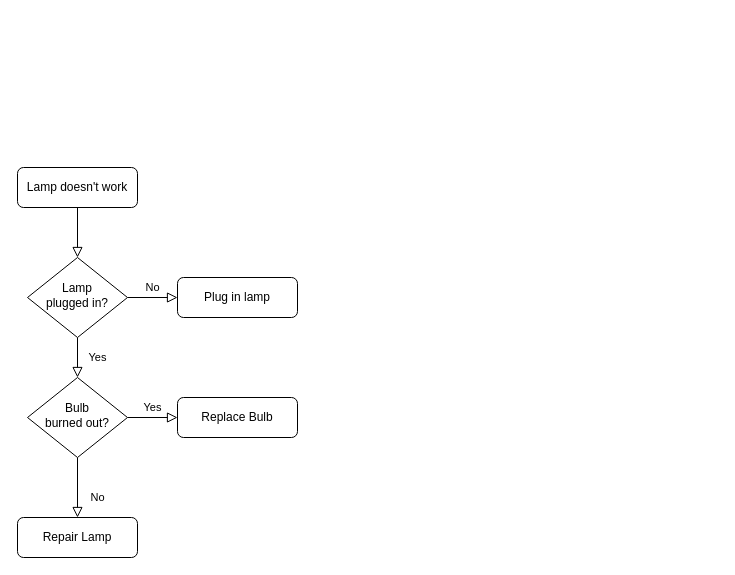
This is Untitled Diagram.drawio from sureshkumarit02/user-profile, a draw.io file, before an edit. Source tidied: cells renumbered, new cells numbered last; positions are measured from the earlier drawing's top-left corner, leaving out a move shared by most shapes. Both pictures are drawn from the tidied source at 100%, with x=0, y=0 at pixel (17, 167).
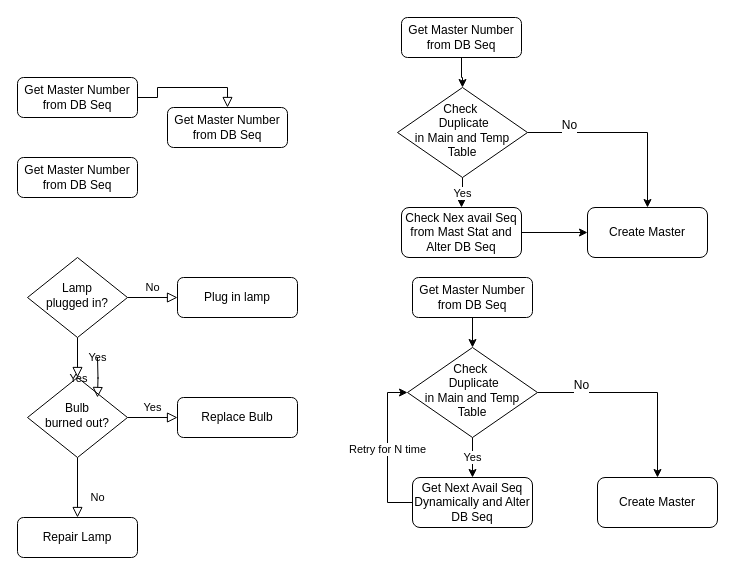
Above is the later version.

The change refers to these unchanged cells:
```xml
<mxCell id="6" value="Lamp&lt;br&gt;plugged in?" style="rhombus;whiteSpace=wrap;html=1;shadow=0;fontFamily=Helvetica;fontSize=12;align=center;strokeWidth=1;spacing=6;spacingTop=-4;" parent="1" vertex="1">
  <mxGeometry x="10" y="90" width="100" height="80" as="geometry" />
</mxCell>
```

Change to the diagram source:
```diff
@@
-    <mxCell id="2" style="rounded=0;html=1;jettySize=auto;fontSize=11;endArrow=block;endFill=0;endSize=8;strokeWidth=1;shadow=0;labelBackgroundColor=none;edgeStyle=orthogonalEdgeStyle;" parent="1" edge="1" source="3" target="6">
+    <mxCell id="2" style="rounded=0;html=1;jettySize=auto;fontSize=11;endArrow=block;endFill=0;endSize=8;strokeWidth=1;shadow=0;labelBackgroundColor=none;edgeStyle=orthogonalEdgeStyle;entryX=0.5;entryY=0;entryDx=0;entryDy=0;" parent="1" edge="1" source="3" target="13">
       <mxGeometry relative="1" as="geometry" />
     </mxCell>
-    <mxCell id="3" value="Lamp doesn't work" style="rounded=1;whiteSpace=wrap;html=1;fontSize=12;glass=0;strokeWidth=1;shadow=0;" parent="1" vertex="1">
-      <mxGeometry width="120" height="40" as="geometry" />
+    <mxCell id="3" value="Get Master Number from DB Seq" style="rounded=1;whiteSpace=wrap;html=1;fontSize=12;glass=0;strokeWidth=1;shadow=0;" parent="1" vertex="1">
+      <mxGeometry y="-90" width="120" height="40" as="geometry" />
     </mxCell>
@@
+    <mxCell id="13" value="Get Master Number from DB Seq" style="rounded=1;whiteSpace=wrap;html=1;fontSize=12;glass=0;strokeWidth=1;shadow=0;" parent="1" vertex="1">
+      <mxGeometry x="150" y="-60" width="120" height="40" as="geometry" />
+    </mxCell>
+    <mxCell id="14" value="Get Master Number from DB Seq" style="rounded=1;whiteSpace=wrap;html=1;fontSize=12;glass=0;strokeWidth=1;shadow=0;" parent="1" vertex="1">
+      <mxGeometry y="-10" width="120" height="40" as="geometry" />
+    </mxCell>
+    <mxCell id="15" style="edgeStyle=orthogonalEdgeStyle;rounded=0;jettySize=auto;html=1;entryX=0.5;entryY=0;entryDx=0;entryDy=0;" parent="1" edge="1" source="18" target="21">
+      <mxGeometry relative="1" as="geometry" />
+    </mxCell>
+    <mxCell id="16" value="No" style="text;html=1;align=center;verticalAlign=middle;labelBackgroundColor=#ffffff;" parent="15" vertex="1">
+      <mxGeometry x="-0.58" y="8" relative="1" as="geometry" />
+    </mxCell>
+    <mxCell id="17" value="Yes" style="edgeStyle=orthogonalEdgeStyle;rounded=0;jettySize=auto;html=1;" parent="1" edge="1" source="18" target="24">
+      <mxGeometry relative="1" as="geometry" />
+    </mxCell>
+    <mxCell id="18" value="Check&amp;nbsp;&lt;br&gt;&amp;nbsp;Duplicate &lt;br&gt;in Main and Temp Table" style="rhombus;whiteSpace=wrap;html=1;shadow=0;fontFamily=Helvetica;fontSize=12;align=center;strokeWidth=1;spacing=6;spacingTop=-4;" parent="1" vertex="1">
+      <mxGeometry x="380" y="-80" width="130" height="90" as="geometry" />
+    </mxCell>
+    <mxCell id="19" style="edgeStyle=orthogonalEdgeStyle;rounded=0;jettySize=auto;html=1;entryX=0.5;entryY=0;entryDx=0;entryDy=0;" parent="1" edge="1" source="20" target="18">
+      <mxGeometry relative="1" as="geometry" />
+    </mxCell>
+    <mxCell id="20" value="Get Master Number from DB Seq" style="rounded=1;whiteSpace=wrap;html=1;fontSize=12;glass=0;strokeWidth=1;shadow=0;" parent="1" vertex="1">
+      <mxGeometry x="384" y="-150" width="120" height="40" as="geometry" />
+    </mxCell>
+    <mxCell id="21" value="Create Master" style="rounded=1;whiteSpace=wrap;html=1;fontSize=12;glass=0;strokeWidth=1;shadow=0;" parent="1" vertex="1">
+      <mxGeometry x="570" y="40" width="120" height="50" as="geometry" />
+    </mxCell>
+    <mxCell id="22" value="Yes" style="rounded=0;html=1;jettySize=auto;orthogonalLoop=1;fontSize=11;endArrow=block;endFill=0;endSize=8;strokeWidth=1;shadow=0;labelBackgroundColor=none;edgeStyle=orthogonalEdgeStyle;" parent="1" edge="1">
+      <mxGeometry y="20" relative="1" as="geometry">
+        <mxPoint x="80" y="190" as="sourcePoint" />
+        <mxPoint x="80" y="230" as="targetPoint" />
+      </mxGeometry>
+    </mxCell>
+    <mxCell id="23" style="edgeStyle=orthogonalEdgeStyle;rounded=0;jettySize=auto;html=1;entryX=0;entryY=0.5;entryDx=0;entryDy=0;" parent="1" edge="1" source="24" target="21">
+      <mxGeometry relative="1" as="geometry" />
+    </mxCell>
+    <mxCell id="24" value="Check Nex avail Seq&lt;br&gt;from Mast Stat and Alter DB Seq" style="rounded=1;whiteSpace=wrap;html=1;fontSize=12;glass=0;strokeWidth=1;shadow=0;" parent="1" vertex="1">
+      <mxGeometry x="384" y="40" width="120" height="50" as="geometry" />
+    </mxCell>
+    <mxCell id="25" style="edgeStyle=orthogonalEdgeStyle;rounded=0;jettySize=auto;html=1;entryX=0.5;entryY=0;entryDx=0;entryDy=0;" parent="1" edge="1" source="28" target="33">
+      <mxGeometry relative="1" as="geometry" />
+    </mxCell>
+    <mxCell id="26" value="No" style="text;html=1;align=center;verticalAlign=middle;labelBackgroundColor=#ffffff;" parent="25" vertex="1">
+      <mxGeometry x="-0.58" y="8" relative="1" as="geometry" />
+    </mxCell>
+    <mxCell id="27" value="Yes" style="edgeStyle=orthogonalEdgeStyle;rounded=0;jettySize=auto;html=1;" parent="1" edge="1" source="28" target="32">
+      <mxGeometry relative="1" as="geometry" />
+    </mxCell>
+    <mxCell id="28" value="Check&amp;nbsp;&lt;br&gt;&amp;nbsp;Duplicate &lt;br&gt;in Main and Temp Table" style="rhombus;whiteSpace=wrap;html=1;shadow=0;fontFamily=Helvetica;fontSize=12;align=center;strokeWidth=1;spacing=6;spacingTop=-4;" parent="1" vertex="1">
+      <mxGeometry x="390" y="180" width="130" height="90" as="geometry" />
+    </mxCell>
+    <mxCell id="29" style="edgeStyle=orthogonalEdgeStyle;rounded=0;jettySize=auto;html=1;entryX=0.5;entryY=0;entryDx=0;entryDy=0;" parent="1" edge="1" source="30" target="28">
+      <mxGeometry relative="1" as="geometry" />
+    </mxCell>
+    <mxCell id="30" value="Get Master Number from DB Seq" style="rounded=1;whiteSpace=wrap;html=1;fontSize=12;glass=0;strokeWidth=1;shadow=0;" parent="1" vertex="1">
+      <mxGeometry x="395" y="110" width="120" height="40" as="geometry" />
+    </mxCell>
+    <mxCell id="31" value="Retry for N time" style="edgeStyle=orthogonalEdgeStyle;rounded=0;jettySize=auto;html=1;entryX=0;entryY=0.5;entryDx=0;entryDy=0;exitX=0;exitY=0.5;exitDx=0;exitDy=0;" parent="1" edge="1" source="32" target="28">
+      <mxGeometry relative="1" as="geometry" />
+    </mxCell>
+    <mxCell id="32" value="Get Next Avail Seq Dynamically and Alter DB Seq" style="rounded=1;whiteSpace=wrap;html=1;fontSize=12;glass=0;strokeWidth=1;shadow=0;" parent="1" vertex="1">
+      <mxGeometry x="395" y="310" width="120" height="50" as="geometry" />
+    </mxCell>
+    <mxCell id="33" value="Create Master" style="rounded=1;whiteSpace=wrap;html=1;fontSize=12;glass=0;strokeWidth=1;shadow=0;" parent="1" vertex="1">
+      <mxGeometry x="580" y="310" width="120" height="50" as="geometry" />
+    </mxCell>
```
